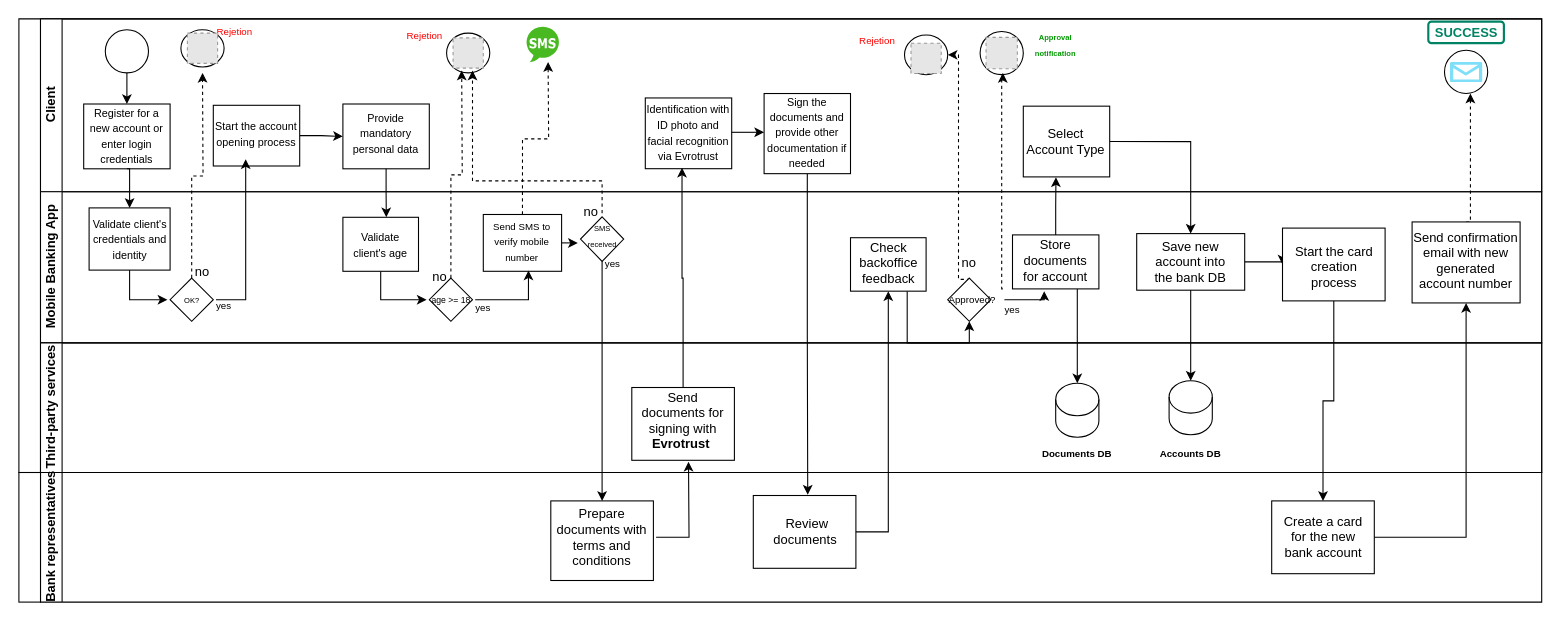
marinazaykova/tutorials keeps this draw.io diagram as Неозаглавена диаграма.drawio. Above is the earlier version. Source tidied: cells renumbered, new cells numbered last; positions are measured from the earlier drawing's top-left corner, leaving out a move shared by most shapes. Both pictures are drawn from the tidied source at 108%, with x=0, y=0 at pixel (18, 18). Pictures stored in the file or linked from it are replaced by grey dashed boxes.
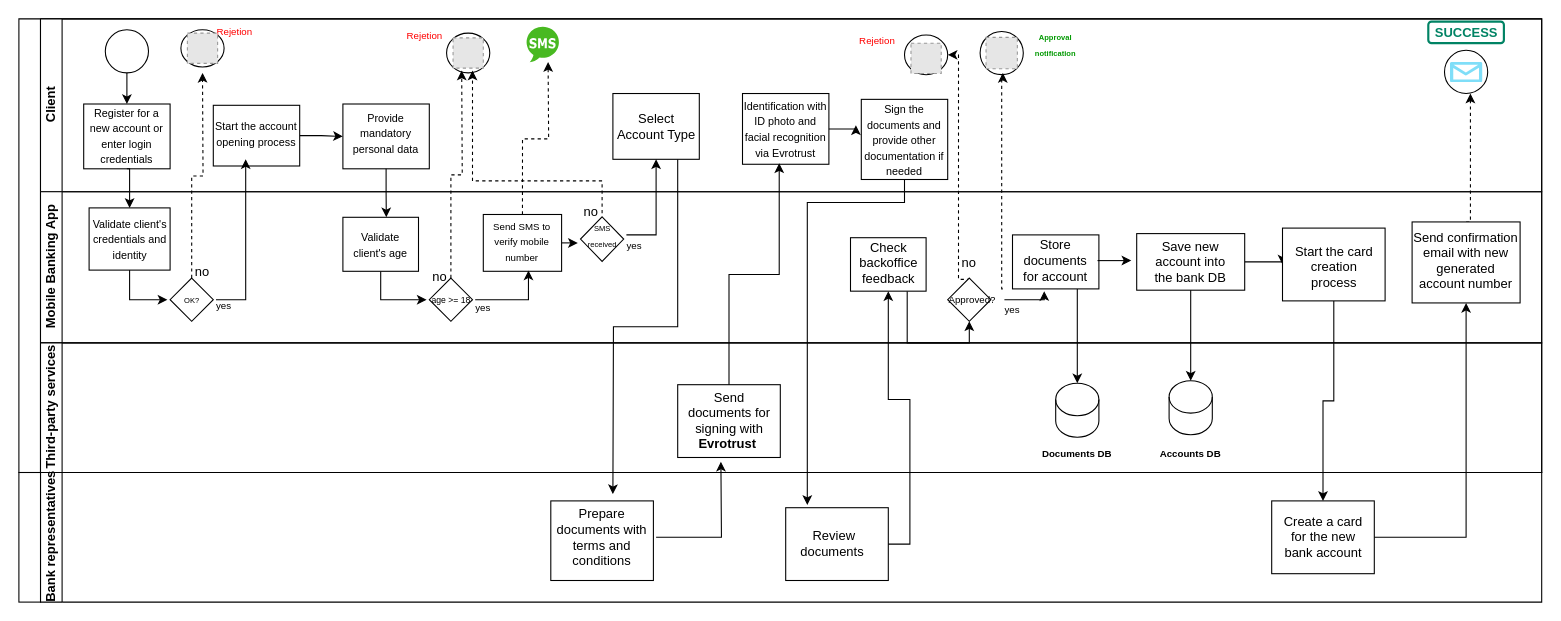
Above is the later version.

Unchanged cells that the change refers to:
```xml
<mxCell id="2" style="swimlane;html=1;horizontal=0;startSize=20;" parent="1" vertex="1">
  <mxGeometry width="1410" height="420" as="geometry" />
</mxCell>
<mxCell id="3" value="Client" style="swimlane;html=1;startSize=20;horizontal=0;" parent="2" vertex="1">
  <mxGeometry x="20" width="1390" height="160" as="geometry" />
</mxCell>
<mxCell id="42" value="Mobile Banking App" style="swimlane;html=1;startSize=20;horizontal=0;" parent="2" vertex="1">
  <mxGeometry x="20" y="160" width="1390" height="140" as="geometry" />
</mxCell>
<mxCell id="50" style="rhombus;whiteSpace=wrap;html=1;fontFamily=Helvetica;fontSize=12;fontColor=#000000;align=center;" parent="42" vertex="1">
  <mxGeometry x="500" y="23.2" width="40" height="41.3" as="geometry" />
</mxCell>
<mxCell id="54" style="rounded=0;whiteSpace=wrap;html=1;fontFamily=Helvetica;fontSize=12;fontColor=#000000;align=center;" parent="42" vertex="1">
  <mxGeometry x="900" y="40" width="80" height="50" as="geometry" />
</mxCell>
<mxCell id="55" value="Store documents for account" style="text;strokeColor=none;align=center;fillColor=none;html=1;verticalAlign=middle;whiteSpace=wrap;rounded=0;" parent="42" vertex="1">
  <mxGeometry x="901.2" y="48.8" width="77.5" height="30" as="geometry" />
</mxCell>
<mxCell id="57" style="rounded=0;whiteSpace=wrap;html=1;fontFamily=Helvetica;fontSize=12;fontColor=#000000;align=center;" parent="42" vertex="1">
  <mxGeometry x="1015" y="38.8" width="100" height="52.4" as="geometry" />
</mxCell>
<mxCell id="69" value="&lt;font style=&quot;font-size: 7px;&quot;&gt;SMS received&lt;/font&gt;" style="text;strokeColor=none;align=center;fillColor=none;html=1;verticalAlign=middle;whiteSpace=wrap;rounded=0;" parent="42" vertex="1">
  <mxGeometry x="497.5" y="25" width="45" height="30" as="geometry" />
</mxCell>
<mxCell id="84" value="Third-party services" style="swimlane;html=1;startSize=20;horizontal=0;" parent="2" vertex="1">
  <mxGeometry x="20" y="300" width="1390" height="120" as="geometry" />
</mxCell>
<mxCell id="99" value="Bank representatives" style="swimlane;html=1;startSize=20;horizontal=0;" parent="1" vertex="1">
  <mxGeometry x="20" y="420" width="1390" height="120" as="geometry" />
</mxCell>
<mxCell id="104" style="rounded=0;whiteSpace=wrap;html=1;fontFamily=Helvetica;fontSize=12;fontColor=#000000;align=center;" parent="99" vertex="1">
  <mxGeometry x="472.5" y="26.3" width="95" height="73.7" as="geometry" />
</mxCell>
<mxCell id="106" value="Prepare documents with terms and conditions" style="text;strokeColor=none;align=center;fillColor=none;html=1;verticalAlign=middle;whiteSpace=wrap;rounded=0;" parent="99" vertex="1">
  <mxGeometry x="470" y="45" width="100" height="30" as="geometry" />
</mxCell>
```

The edit, as a diff of the source:
```diff
@@
     <mxCell id="13" style="rounded=0;whiteSpace=wrap;html=1;fontFamily=Helvetica;fontSize=12;fontColor=#000000;align=center;" parent="3" vertex="1">
-      <mxGeometry x="560" y="73.2" width="80" height="65.5" as="geometry" />
+      <mxGeometry x="650" y="69.1" width="80" height="65.5" as="geometry" />
     </mxCell>
-    <mxCell id="14" style="edgeStyle=orthogonalEdgeStyle;rounded=0;jettySize=auto;html=1;exitX=1;exitY=0.5;exitDx=0;exitDy=0;" parent="3" edge="1" source="15">
-      <mxGeometry relative="1" as="geometry">
-        <mxPoint x="670" y="105.2" as="targetPoint" />
-      </mxGeometry>
-    </mxCell>
+    <mxCell id="112" style="edgeStyle=orthogonalEdgeStyle;rounded=0;jettySize=auto;html=1;exitX=1;exitY=0.5;exitDx=0;exitDy=0;entryX=0;entryY=0;entryDx=0;entryDy=0;" parent="3" edge="1" source="15" target="18">
+      <mxGeometry relative="1" as="geometry" />
+    </mxCell>
     <mxCell id="15" value="&lt;font style=&quot;font-size: 10px;&quot;&gt;Identification with ID photo and facial recognition via Evrotrust&lt;/font&gt;" style="text;strokeColor=none;align=center;fillColor=none;html=1;verticalAlign=middle;whiteSpace=wrap;rounded=0;" parent="3" vertex="1">
-      <mxGeometry x="560" y="90" width="80" height="30" as="geometry" />
+      <mxGeometry x="650" y="86.9" width="80" height="30" as="geometry" />
     </mxCell>
     <mxCell id="16" style="edgeStyle=orthogonalEdgeStyle;rounded=0;jettySize=auto;html=1;exitX=0.5;exitY=1;exitDx=0;exitDy=0;" parent="3" edge="1" source="17">
       <mxGeometry relative="1" as="geometry">
-        <mxPoint x="710.4" y="440.5" as="targetPoint" />
+        <mxPoint x="710" y="450" as="targetPoint" />
+        <Array as="points">
+          <mxPoint x="800" y="170" />
+          <mxPoint x="710" y="170" />
+        </Array>
       </mxGeometry>
     </mxCell>
     <mxCell id="17" style="rounded=0;whiteSpace=wrap;html=1;fontFamily=Helvetica;fontSize=12;fontColor=#000000;align=center;" parent="3" vertex="1">
-      <mxGeometry x="670" y="69.1" width="80" height="74.2" as="geometry" />
+      <mxGeometry x="760" y="74.5" width="80" height="74.2" as="geometry" />
     </mxCell>
     <mxCell id="18" value="&lt;font style=&quot;font-size: 10px;&quot;&gt;Sign the documents and provide other documentation if needed&lt;/font&gt;" style="text;strokeColor=none;align=center;fillColor=none;html=1;verticalAlign=middle;whiteSpace=wrap;rounded=0;" parent="3" vertex="1">
-      <mxGeometry x="665" y="91.9" width="90" height="26.2" as="geometry" />
+      <mxGeometry x="755" y="98.5" width="90" height="26.2" as="geometry" />
     </mxCell>
@@
+    <mxCell id="113" style="edgeStyle=orthogonalEdgeStyle;rounded=0;jettySize=auto;html=1;exitX=0.75;exitY=1;exitDx=0;exitDy=0;" parent="3" edge="1" source="21">
+      <mxGeometry relative="1" as="geometry">
+        <mxPoint x="530" y="440" as="targetPoint" />
+      </mxGeometry>
+    </mxCell>
     <mxCell id="21" style="rounded=0;whiteSpace=wrap;html=1;fontFamily=Helvetica;fontSize=12;fontColor=#000000;align=center;" parent="3" vertex="1">
-      <mxGeometry x="910" y="80.8" width="80" height="65.5" as="geometry" />
+      <mxGeometry x="530" y="69.1" width="80" height="60.9" as="geometry" />
     </mxCell>
     <mxCell id="22" value="Select Account Type" style="text;strokeColor=none;align=center;fillColor=none;html=1;verticalAlign=middle;whiteSpace=wrap;rounded=0;" parent="3" vertex="1">
-      <mxGeometry x="909" y="98.5" width="81" height="30" as="geometry" />
+      <mxGeometry x="530" y="84.6" width="81" height="30" as="geometry" />
     </mxCell>
@@
+    <mxCell id="114" style="edgeStyle=orthogonalEdgeStyle;rounded=0;jettySize=auto;html=1;exitX=1;exitY=0.5;exitDx=0;exitDy=0;" parent="42" edge="1" source="55">
+      <mxGeometry relative="1" as="geometry">
+        <mxPoint x="1010" y="63.8" as="targetPoint" />
+      </mxGeometry>
+    </mxCell>
@@
     <mxCell id="81" value="&lt;font style=&quot;font-size: 9px;&quot;&gt;yes&lt;/font&gt;" style="text;strokeColor=none;align=center;fillColor=none;html=1;verticalAlign=middle;whiteSpace=wrap;rounded=0;" parent="42" vertex="1">
-      <mxGeometry x="500" y="51" width="60" height="30" as="geometry" />
+      <mxGeometry x="520" y="34.5" width="60" height="30" as="geometry" />
     </mxCell>
@@
     <mxCell id="85" style="rounded=0;whiteSpace=wrap;html=1;fontFamily=Helvetica;fontSize=12;fontColor=#000000;align=center;" parent="84" vertex="1">
-      <mxGeometry x="547.5" y="41.3" width="95" height="67.4" as="geometry" />
+      <mxGeometry x="590" y="38.7" width="95" height="67.4" as="geometry" />
     </mxCell>
     <mxCell id="86" value="Send documents for signing with &lt;b&gt;Evrotrust&amp;nbsp;&lt;/b&gt;" style="text;strokeColor=none;align=center;fillColor=none;html=1;verticalAlign=middle;whiteSpace=wrap;rounded=0;" parent="84" vertex="1">
-      <mxGeometry x="555" y="57.4" width="80" height="30" as="geometry" />
+      <mxGeometry x="597.5" y="57.4" width="80" height="30" as="geometry" />
     </mxCell>
@@
-    <mxCell id="97" style="edgeStyle=orthogonalEdgeStyle;rounded=0;jettySize=auto;html=1;exitX=0.5;exitY=0;exitDx=0;exitDy=0;entryX=0.378;entryY=1.005;entryDx=0;entryDy=0;entryPerimeter=0;" parent="2" edge="1" source="54" target="21">
-      <mxGeometry relative="1" as="geometry" />
-    </mxCell>
-    <mxCell id="98" style="edgeStyle=orthogonalEdgeStyle;rounded=0;jettySize=auto;html=1;exitX=1;exitY=0.5;exitDx=0;exitDy=0;entryX=0.5;entryY=0;entryDx=0;entryDy=0;" parent="2" edge="1" source="21" target="57">
-      <mxGeometry relative="1" as="geometry" />
-    </mxCell>
+    <mxCell id="115" style="edgeStyle=orthogonalEdgeStyle;rounded=0;jettySize=auto;html=1;exitX=1;exitY=0.5;exitDx=0;exitDy=0;entryX=0.5;entryY=1;entryDx=0;entryDy=0;" parent="2" edge="1" source="69" target="21">
+      <mxGeometry relative="1" as="geometry" />
+    </mxCell>
@@
     <mxCell id="100" style="rounded=0;whiteSpace=wrap;html=1;fontFamily=Helvetica;fontSize=12;fontColor=#000000;align=center;" parent="99" vertex="1">
-      <mxGeometry x="660" y="21.3" width="95" height="67.4" as="geometry" />
+      <mxGeometry x="690" y="32.6" width="95" height="67.4" as="geometry" />
     </mxCell>
     <mxCell id="101" value="Review documents&amp;nbsp;" style="text;strokeColor=none;align=center;fillColor=none;html=1;verticalAlign=middle;whiteSpace=wrap;rounded=0;" parent="99" vertex="1">
-      <mxGeometry x="660" y="40" width="100" height="30" as="geometry" />
+      <mxGeometry x="685" y="51.3" width="100" height="30" as="geometry" />
     </mxCell>
@@
     <mxCell id="105" style="edgeStyle=orthogonalEdgeStyle;rounded=0;jettySize=auto;html=1;exitX=1;exitY=0.5;exitDx=0;exitDy=0;" parent="99" edge="1" source="106">
       <mxGeometry relative="1" as="geometry">
-        <mxPoint x="600" y="-10" as="targetPoint" />
+        <mxPoint x="630" y="-10" as="targetPoint" />
       </mxGeometry>
     </mxCell>
@@
-    <mxCell id="108" style="edgeStyle=orthogonalEdgeStyle;rounded=0;jettySize=auto;html=1;exitX=0.5;exitY=1;exitDx=0;exitDy=0;entryX=0.5;entryY=0;entryDx=0;entryDy=0;" parent="1" edge="1" source="50" target="104">
-      <mxGeometry relative="1" as="geometry" />
-    </mxCell>
```
